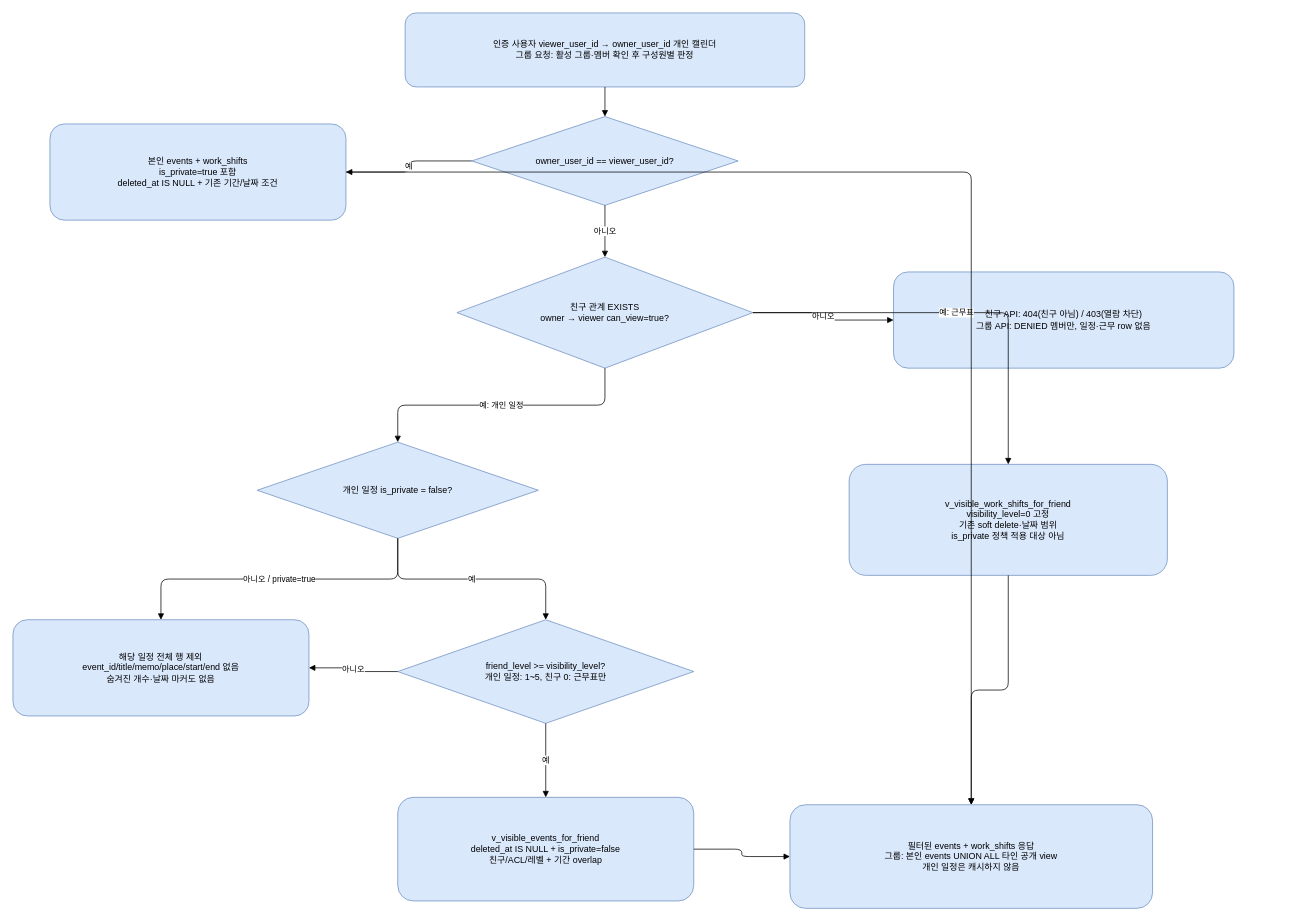
Before: visibility_flow.drawio in hspark-1/shift_calendar_server, a draw.io diagram. Source tidied: cells renumbered, new cells numbered last; positions are measured from the earlier drawing's top-left corner, leaving out a move shared by most shapes. Both pictures are drawn from the tidied source at 74%, with x=0, y=0 at pixel (13, 13).
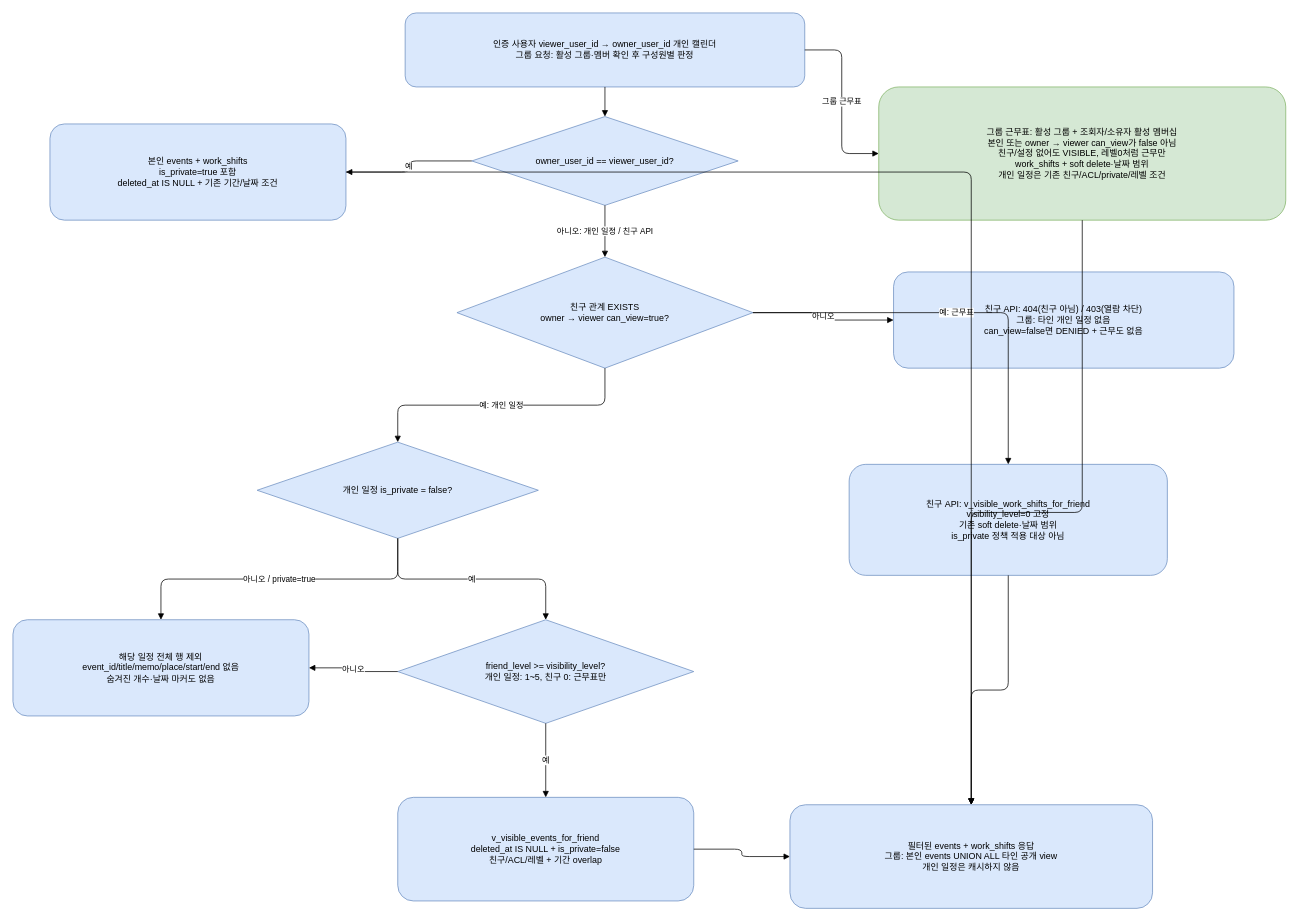
The same page after the edit.

Commit message (it also covers changes not shown here):
feat(groups): allow non-friend members to view work shifts

Unchanged cells that the change refers to:
```xml
<mxCell id="2" value="인증 사용자 viewer_user_id → owner_user_id 개인 캘린더&#10;그룹 요청: 활성 그룹·멤버 확인 후 구성원별 판정" style="rounded=1;whiteSpace=wrap;html=1;fillColor=#dae8fc;strokeColor=#6c8ebf;" parent="1" vertex="1">
  <mxGeometry x="530" width="540" height="100" as="geometry" />
</mxCell>
<mxCell id="3" value="owner_user_id == viewer_user_id?" style="rhombus;whiteSpace=wrap;html=1;fillColor=#dae8fc;strokeColor=#6c8ebf;" parent="1" vertex="1">
  <mxGeometry x="620" y="140" width="360" height="120" as="geometry" />
</mxCell>
<mxCell id="5" value="친구 관계 EXISTS&#10;owner → viewer can_view=true?" style="rhombus;whiteSpace=wrap;html=1;fillColor=#dae8fc;strokeColor=#6c8ebf;" parent="1" vertex="1">
  <mxGeometry x="600" y="330" width="400" height="150" as="geometry" />
</mxCell>
<mxCell id="12" value="필터된 events + work_shifts 응답&#10;그룹: 본인 events UNION ALL 타인 공개 view&#10;개인 일정은 캐시하지 않음" style="rounded=1;whiteSpace=wrap;html=1;fillColor=#dae8fc;strokeColor=#6c8ebf;" parent="1" vertex="1">
  <mxGeometry x="1050" y="1070" width="490" height="140" as="geometry" />
</mxCell>
```

Diff of the diagram source:
```diff
@@
-    <mxCell id="6" value="친구 API: 404(친구 아님) / 403(열람 차단)&#10;그룹 API: DENIED 멤버만, 일정·근무 row 없음" style="rounded=1;whiteSpace=wrap;html=1;fillColor=#dae8fc;strokeColor=#6c8ebf;" parent="1" vertex="1">
+    <mxCell id="6" value="친구 API: 404(친구 아님) / 403(열람 차단)&#10;그룹: 타인 개인 일정 없음&#10;can_view=false면 DENIED + 근무도 없음" style="rounded=1;whiteSpace=wrap;html=1;fillColor=#dae8fc;strokeColor=#6c8ebf;" parent="1" vertex="1">
       <mxGeometry x="1190" y="350" width="460" height="130" as="geometry" />
     </mxCell>
@@
-    <mxCell id="11" value="v_visible_work_shifts_for_friend&#10;visibility_level=0 고정&#10;기존 soft delete·날짜 범위&#10;is_private 정책 적용 대상 아님" style="rounded=1;whiteSpace=wrap;html=1;fillColor=#dae8fc;strokeColor=#6c8ebf;" parent="1" vertex="1">
+    <mxCell id="11" value="친구 API: v_visible_work_shifts_for_friend&#10;visibility_level=0 고정&#10;기존 soft delete·날짜 범위&#10;is_private 정책 적용 대상 아님" style="rounded=1;whiteSpace=wrap;html=1;fillColor=#dae8fc;strokeColor=#6c8ebf;" parent="1" vertex="1">
       <mxGeometry x="1130" y="610" width="430" height="150" as="geometry" />
     </mxCell>
@@
+    <mxCell id="26" value="그룹 근무표: 활성 그룹 + 조회자/소유자 활성 멤버십&#10;본인 또는 owner → viewer can_view가 false 아님&#10;친구/설정 없어도 VISIBLE, 레벨0처럼 근무만&#10;work_shifts + soft delete·날짜 범위&#10;개인 일정은 기존 친구/ACL/private/레벨 조건" style="rounded=1;whiteSpace=wrap;html=1;fillColor=#d5e8d4;strokeColor=#82b366;" parent="1" vertex="1">
+      <mxGeometry x="1170" y="100" width="550" height="180" as="geometry" />
+    </mxCell>
+    <mxCell id="27" value="그룹 근무표" style="edgeStyle=orthogonalEdgeStyle;endArrow=block;html=1;" parent="1" edge="1" source="2" target="26">
+      <mxGeometry relative="1" as="geometry" />
+    </mxCell>
+    <mxCell id="28" style="edgeStyle=orthogonalEdgeStyle;endArrow=block;html=1;" parent="1" edge="1" source="26" target="12">
+      <mxGeometry relative="1" as="geometry" />
+    </mxCell>
@@
-    <mxCell id="15" value="아니오" style="edgeStyle=orthogonalEdgeStyle;endArrow=block;html=1;" parent="1" edge="1" source="3" target="5">
+    <mxCell id="15" value="아니오: 개인 일정 / 친구 API" style="edgeStyle=orthogonalEdgeStyle;endArrow=block;html=1;" parent="1" edge="1" source="3" target="5">
       <mxGeometry relative="1" as="geometry" />
     </mxCell>
```
